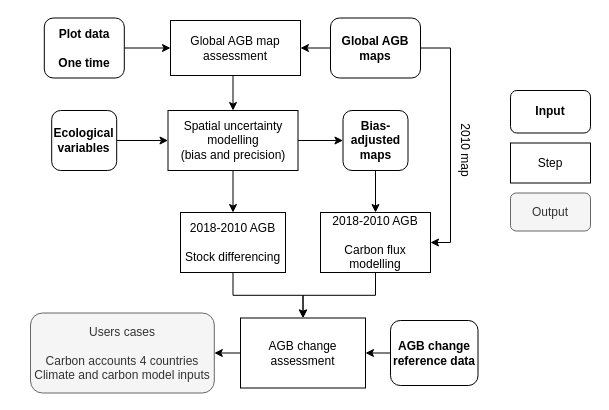
Earlier version of the draw.io diagram AGBC_simple1.drawio (arnanaraza/diagrams). Source tidied: cells renumbered, new cells numbered last; positions are measured from the earlier drawing's top-left corner, leaving out a move shared by most shapes. Both pictures are drawn from the tidied source at 100%, with x=0, y=0 at pixel (30, 18).
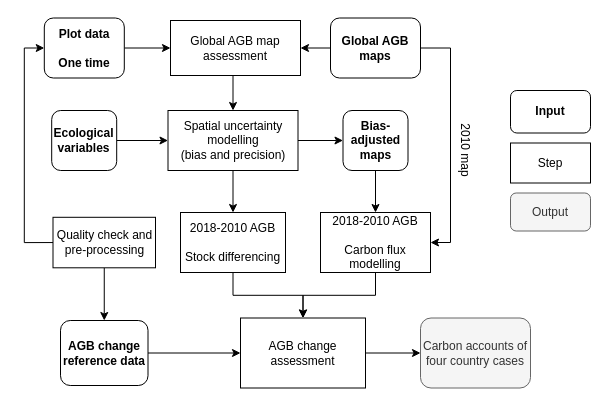
Above is the later version.

The change refers to these unchanged cells:
```xml
<mxCell id="6" value="&lt;b style=&quot;font-family: &amp;#34;helvetica&amp;#34;&quot;&gt;Plot data&lt;br&gt;&lt;br&gt;One time&lt;br&gt;&lt;/b&gt;" style="rounded=1;whiteSpace=wrap;html=1;" parent="1" vertex="1">
  <mxGeometry x="13.8" y="-0.5" width="80" height="60" as="geometry" />
</mxCell>
<mxCell id="8" value="AGB change assessment" style="rounded=1;whiteSpace=wrap;html=1;arcSize=0;" parent="1" vertex="1">
  <mxGeometry x="210" y="299.5" width="125" height="70" as="geometry" />
</mxCell>
```

Diff of the diagram source:
```diff
@@
-    <mxCell id="4" value="Users cases&lt;br&gt;&lt;br&gt;Carbon accounts 4 countries&lt;br&gt;Climate and carbon model inputs" style="rounded=1;whiteSpace=wrap;html=1;fillColor=#f5f5f5;strokeColor=#666666;fontColor=#333333;" parent="1" vertex="1">
-      <mxGeometry y="294.5" width="183.8" height="80" as="geometry" />
+    <mxCell id="4" value="Carbon accounts of four country cases" style="rounded=1;whiteSpace=wrap;html=1;fillColor=#f5f5f5;strokeColor=#666666;fontColor=#333333;" parent="1" vertex="1">
+      <mxGeometry x="390" y="299.5" width="110" height="70" as="geometry" />
     </mxCell>
@@
-    <mxCell id="7" style="edgeStyle=orthogonalEdgeStyle;rounded=0;jettySize=auto;html=1;exitX=0;exitY=0.5;exitDx=0;exitDy=0;entryX=1;entryY=0.5;entryDx=0;entryDy=0;" parent="1" edge="1" source="8" target="4">
+    <mxCell id="7" style="edgeStyle=orthogonalEdgeStyle;rounded=0;jettySize=auto;html=1;exitX=1;exitY=0.5;exitDx=0;exitDy=0;entryX=0;entryY=0.5;entryDx=0;entryDy=0;" parent="1" edge="1" source="8" target="4">
       <mxGeometry relative="1" as="geometry" />
     </mxCell>
@@
-    <mxCell id="19" style="edgeStyle=orthogonalEdgeStyle;rounded=0;jettySize=auto;html=1;exitX=0;exitY=0.5;exitDx=0;exitDy=0;entryX=1;entryY=0.5;entryDx=0;entryDy=0;" parent="1" edge="1" source="20" target="8">
+    <mxCell id="19" style="edgeStyle=orthogonalEdgeStyle;rounded=0;jettySize=auto;html=1;exitX=1;exitY=0.5;exitDx=0;exitDy=0;entryX=0;entryY=0.5;entryDx=0;entryDy=0;" parent="1" edge="1" source="20" target="8">
       <mxGeometry relative="1" as="geometry" />
     </mxCell>
     <mxCell id="20" value="&lt;b style=&quot;font-family: &amp;#34;helvetica&amp;#34;&quot;&gt;AGB change reference data&lt;br&gt;&lt;/b&gt;" style="rounded=1;whiteSpace=wrap;html=1;" parent="1" vertex="1">
-      <mxGeometry x="360" y="302" width="87.5" height="65" as="geometry" />
+      <mxGeometry x="30" y="302" width="87.5" height="65" as="geometry" />
     </mxCell>
@@
+    <mxCell id="29" style="edgeStyle=orthogonalEdgeStyle;rounded=0;jettySize=auto;html=1;exitX=0.5;exitY=1;exitDx=0;exitDy=0;entryX=0.5;entryY=0;entryDx=0;entryDy=0;" parent="1" edge="1" source="31" target="20">
+      <mxGeometry relative="1" as="geometry" />
+    </mxCell>
+    <mxCell id="30" style="edgeStyle=orthogonalEdgeStyle;rounded=0;jettySize=auto;html=1;exitX=0;exitY=0.5;exitDx=0;exitDy=0;entryX=0;entryY=0.5;entryDx=0;entryDy=0;" parent="1" edge="1" source="31" target="6">
+      <mxGeometry relative="1" as="geometry" />
+    </mxCell>
+    <mxCell id="31" value="Quality check and pre-processing" style="rounded=1;whiteSpace=wrap;html=1;arcSize=0;" parent="1" vertex="1">
+      <mxGeometry x="22.5" y="198.8" width="102.5" height="50.5" as="geometry" />
+    </mxCell>
```
